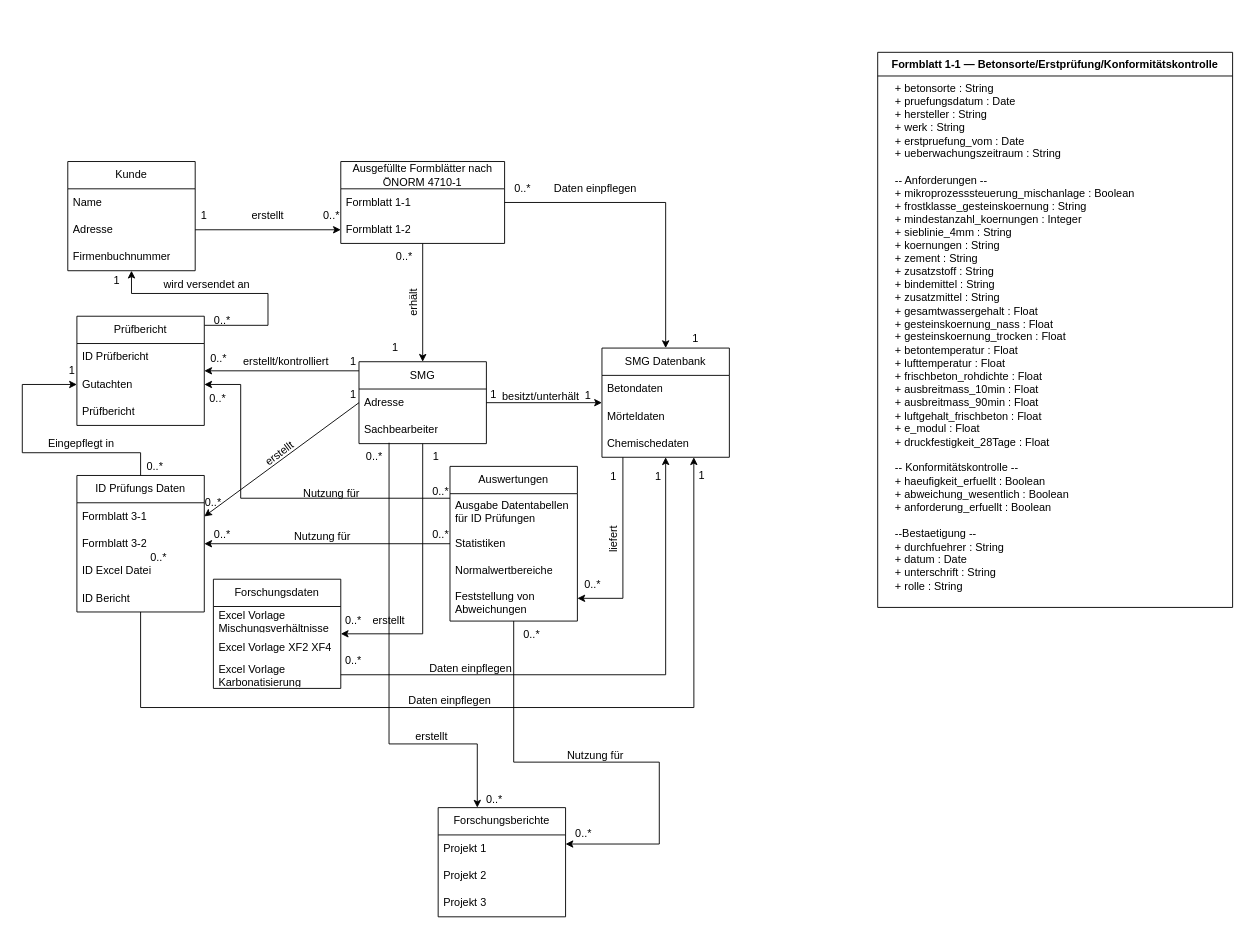
TManninger-smg/Datenmodellierung keeps this draw.io diagram as Unbenanntes Diagramm.drawio. Above is the earlier version. Source tidied: cells renumbered, new cells numbered last; positions are measured from the earlier drawing's top-left corner, leaving out a move shared by most shapes. Both pictures are drawn from the tidied source at 91%, with x=0, y=0 at pixel (22, 52).
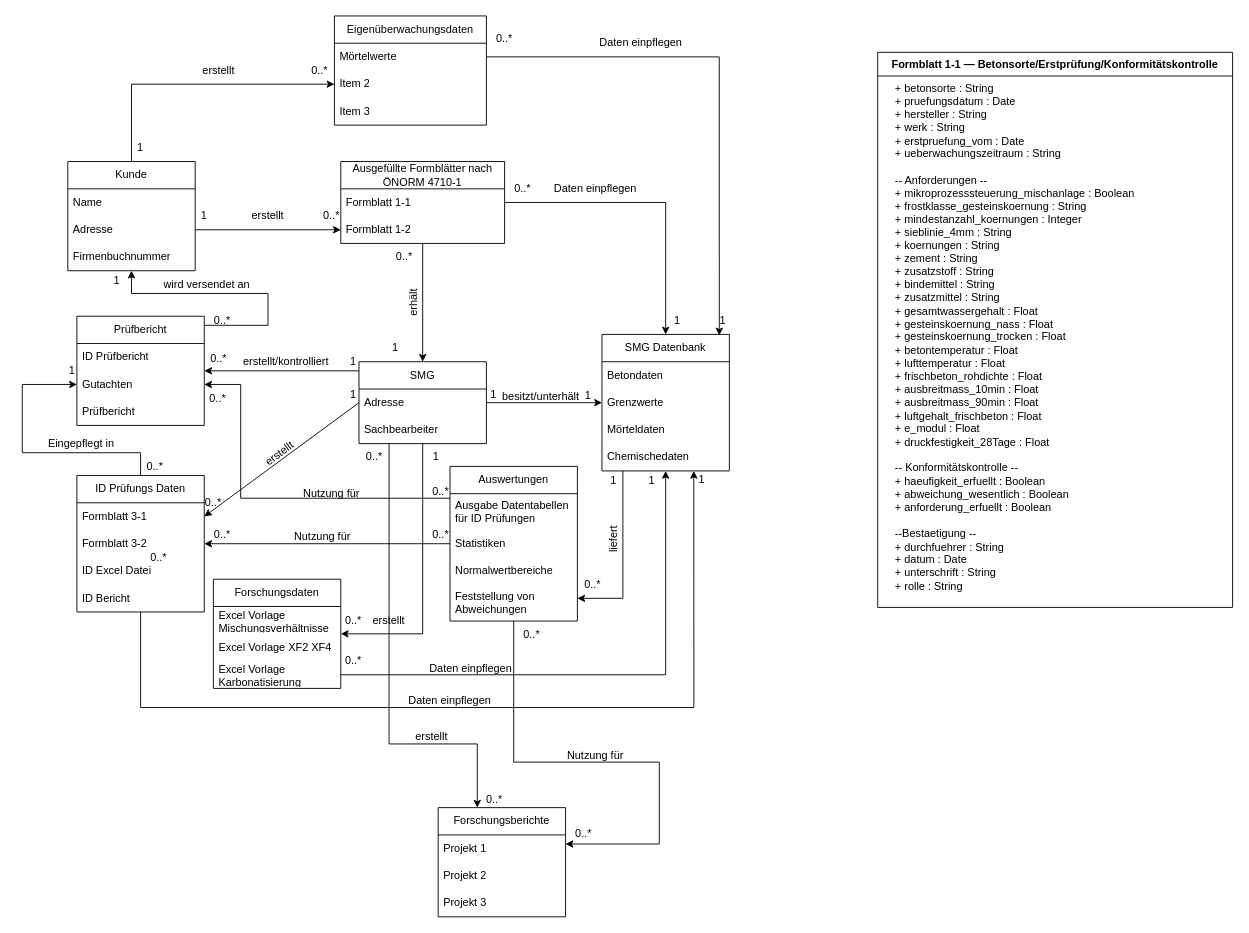
After the change.

Unchanged cells that the change refers to:
```xml
<mxCell id="2" value="Kunde" style="swimlane;fontStyle=0;horizontal=1;startSize=30;whiteSpace=wrap;html=1;" parent="1" vertex="1">
  <mxGeometry x="50" y="120" width="140" height="120" as="geometry" />
</mxCell>
```

What changed in the source:
```diff
@@
+    <mxCell id="104" style="edgeStyle=orthogonalEdgeStyle;rounded=0;jettySize=auto;html=1;" parent="1" edge="1" source="2" target="108">
+      <mxGeometry relative="1" as="geometry" />
+    </mxCell>
@@
     <mxCell id="34" value="SMG Datenbank" style="swimlane;fontStyle=0;horizontal=1;startSize=30;whiteSpace=wrap;html=1;" parent="1" vertex="1">
-      <mxGeometry x="637" y="325" width="140" height="120" as="geometry" />
+      <mxGeometry x="637" y="310" width="140" height="150" as="geometry" />
     </mxCell>
@@
+    <mxCell id="105" value="Grenzwerte" style="text;strokeColor=none;fillColor=none;align=left;verticalAlign=middle;spacingLeft=4;spacingRight=4;overflow=hidden;whiteSpace=wrap;html=1;" parent="34" vertex="1">
+      <mxGeometry y="60" width="140" height="30" as="geometry" />
+    </mxCell>
     <mxCell id="36" value="Mörteldaten" style="text;strokeColor=none;fillColor=none;align=left;verticalAlign=middle;spacingLeft=4;spacingRight=4;overflow=hidden;whiteSpace=wrap;html=1;" parent="34" vertex="1">
-      <mxGeometry y="60" width="140" height="30" as="geometry" />
+      <mxGeometry y="90" width="140" height="30" as="geometry" />
     </mxCell>
     <mxCell id="37" value="Chemischedaten" style="text;strokeColor=none;fillColor=none;align=left;verticalAlign=middle;spacingLeft=4;spacingRight=4;overflow=hidden;points=[[0,0.5],[1,0.5]];portConstraint=eastwest;whiteSpace=wrap;html=1;" parent="34" vertex="1">
-      <mxGeometry y="90" width="140" height="30" as="geometry" />
+      <mxGeometry y="120" width="140" height="30" as="geometry" />
     </mxCell>
@@
     <mxCell id="42" value="1" style="text;html=1;align=center;verticalAlign=middle;whiteSpace=wrap;rounded=0;" parent="1" vertex="1">
-      <mxGeometry x="710" y="300" width="60" height="30" as="geometry" />
+      <mxGeometry x="690" y="280" width="60" height="30" as="geometry" />
     </mxCell>
@@
     <mxCell id="45" value="1" style="text;html=1;align=center;verticalAlign=middle;whiteSpace=wrap;rounded=0;" parent="1" vertex="1">
-      <mxGeometry x="664" y="451" width="70" height="30" as="geometry" />
+      <mxGeometry x="657" y="456" width="70" height="30" as="geometry" />
     </mxCell>
     <mxCell id="46" value="1" style="text;html=1;align=center;verticalAlign=middle;whiteSpace=wrap;rounded=0;" parent="1" vertex="1">
-      <mxGeometry x="712" y="450" width="70" height="30" as="geometry" />
+      <mxGeometry x="712" y="455" width="70" height="30" as="geometry" />
     </mxCell>
@@
     <mxCell id="65" value="1" style="text;html=1;align=center;verticalAlign=middle;whiteSpace=wrap;rounded=0;" parent="1" vertex="1">
-      <mxGeometry x="615" y="451" width="70" height="30" as="geometry" />
+      <mxGeometry x="615" y="456" width="70" height="30" as="geometry" />
     </mxCell>
@@
+    <mxCell id="106" value="Eigenüberwachungsdaten" style="swimlane;fontStyle=0;horizontal=1;startSize=30;whiteSpace=wrap;html=1;" parent="1" vertex="1">
+      <mxGeometry x="343" y="-40" width="167" height="120" as="geometry" />
+    </mxCell>
+    <mxCell id="107" value="Mörtelwerte" style="text;strokeColor=none;fillColor=none;align=left;verticalAlign=middle;spacingLeft=4;spacingRight=4;overflow=hidden;points=[[0,0.5],[1,0.5]];portConstraint=eastwest;whiteSpace=wrap;html=1;" parent="106" vertex="1">
+      <mxGeometry y="30" width="167" height="30" as="geometry" />
+    </mxCell>
+    <mxCell id="108" value="Item 2" style="text;strokeColor=none;fillColor=none;align=left;verticalAlign=middle;spacingLeft=4;spacingRight=4;overflow=hidden;points=[[0,0.5],[1,0.5]];portConstraint=eastwest;whiteSpace=wrap;html=1;" parent="106" vertex="1">
+      <mxGeometry y="60" width="167" height="30" as="geometry" />
+    </mxCell>
+    <mxCell id="109" value="Item 3" style="text;strokeColor=none;fillColor=none;align=left;verticalAlign=middle;spacingLeft=4;spacingRight=4;overflow=hidden;whiteSpace=wrap;html=1;" parent="106" vertex="1">
+      <mxGeometry y="90" width="167" height="30" as="geometry" />
+    </mxCell>
+    <mxCell id="110" value="erstellt" style="text;html=1;align=center;verticalAlign=middle;whiteSpace=wrap;rounded=0;" parent="1" vertex="1">
+      <mxGeometry x="186" y="5" width="60" height="30" as="geometry" />
+    </mxCell>
+    <mxCell id="111" value="0..*" style="text;html=1;align=center;verticalAlign=middle;whiteSpace=wrap;rounded=0;" parent="1" vertex="1">
+      <mxGeometry x="297" y="5" width="60" height="30" as="geometry" />
+    </mxCell>
+    <mxCell id="112" value="1" style="text;html=1;align=center;verticalAlign=middle;whiteSpace=wrap;rounded=0;" parent="1" vertex="1">
+      <mxGeometry x="100" y="90" width="60" height="30" as="geometry" />
+    </mxCell>
+    <mxCell id="113" style="edgeStyle=orthogonalEdgeStyle;rounded=0;jettySize=auto;html=1;entryX=0.921;entryY=0.007;entryDx=0;entryDy=0;entryPerimeter=0;exitX=1;exitY=0.5;exitDx=0;exitDy=0;" parent="1" edge="1" source="107" target="34">
+      <mxGeometry relative="1" as="geometry" />
+    </mxCell>
+    <mxCell id="114" value="Daten einpflegen" style="text;html=1;align=center;verticalAlign=middle;whiteSpace=wrap;rounded=0;" parent="1" vertex="1">
+      <mxGeometry x="620" y="-25" width="120" height="30" as="geometry" />
+    </mxCell>
+    <mxCell id="115" value="0..*" style="text;html=1;align=center;verticalAlign=middle;whiteSpace=wrap;rounded=0;" parent="1" vertex="1">
+      <mxGeometry x="500" y="-30" width="60" height="30" as="geometry" />
+    </mxCell>
+    <mxCell id="116" value="1" style="text;html=1;align=center;verticalAlign=middle;whiteSpace=wrap;rounded=0;" parent="1" vertex="1">
+      <mxGeometry x="740" y="280" width="60" height="30" as="geometry" />
+    </mxCell>
```
